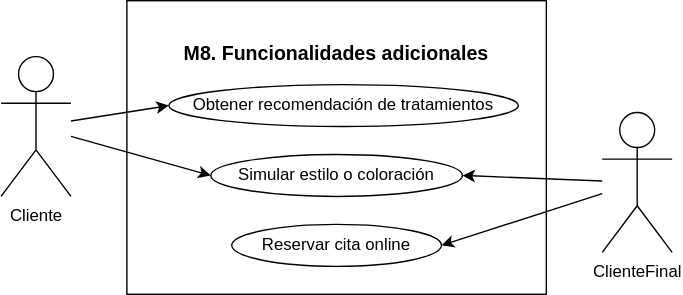
Before: docs/docs/figures/UML/CasosDeUso/M8_CasosDeUso.svg, a diagram exported from draw.io (MadaoSurmanito/app-tfg). Source tidied: cells renumbered, new cells last; positions are measured from the earlier drawing's top-left corner, leaving out a move shared by most shapes.
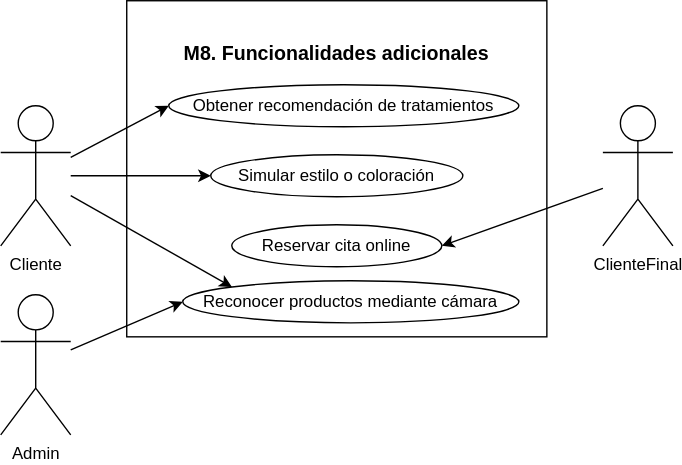
After the commit.

Diff of the diagram source:
```diff
@@ -3,13 +3,16 @@
     <mxCell id="0" />
     <mxCell id="1" parent="0" />
     <mxCell id="2" value="&lt;h1&gt;&lt;font style=&quot;font-size: 14px;&quot;&gt;M8. Funcionalidades adicionales&lt;/font&gt;&lt;/h1&gt;" style="rounded=0;whiteSpace=wrap;html=1;verticalAlign=top;spacing=0;labelPosition=center;verticalLabelPosition=middle;align=center;" parent="1" vertex="1">
-      <mxGeometry x="90" width="300" height="210" as="geometry" />
+      <mxGeometry x="90" width="300" height="240" as="geometry" />
     </mxCell>
+    <mxCell id="12" style="edgeStyle=none;html=1;entryX=0;entryY=0;entryDx=0;entryDy=0;" parent="1" edge="1" source="3" target="13">
+      <mxGeometry relative="1" as="geometry" />
+    </mxCell>
     <mxCell id="3" value="Cliente" style="shape=umlActor;verticalLabelPosition=bottom;verticalAlign=top;html=1;outlineConnect=0;" parent="1" vertex="1">
-      <mxGeometry y="40" width="50" height="100" as="geometry" />
+      <mxGeometry y="75" width="50" height="100" as="geometry" />
     </mxCell>
     <mxCell id="4" value="ClienteFinal" style="shape=umlActor;verticalLabelPosition=bottom;verticalAlign=top;html=1;outlineConnect=0;" parent="1" vertex="1">
-      <mxGeometry x="430" y="80" width="50" height="100" as="geometry" />
+      <mxGeometry x="430" y="75" width="50" height="100" as="geometry" />
     </mxCell>
     <mxCell id="5" value="Obtener recomendación de tratamientos" style="ellipse;whiteSpace=wrap;html=1;" parent="1" vertex="1">
       <mxGeometry x="120" y="60" width="250" height="30" as="geometry" />
@@ -26,11 +29,17 @@
     <mxCell id="9" style="edgeStyle=none;html=1;entryX=0;entryY=0.5;entryDx=0;entryDy=0;" parent="1" edge="1" source="3" target="6">
       <mxGeometry relative="1" as="geometry" />
     </mxCell>
-    <mxCell id="10" style="edgeStyle=none;html=1;entryX=1;entryY=0.5;entryDx=0;entryDy=0;" parent="1" edge="1" source="4" target="6">
-      <mxGeometry relative="1" as="geometry" />
-    </mxCell>
     <mxCell id="11" style="edgeStyle=none;html=1;entryX=1;entryY=0.5;entryDx=0;entryDy=0;" parent="1" edge="1" source="4" target="7">
       <mxGeometry relative="1" as="geometry" />
     </mxCell>
+    <mxCell id="13" value="Reconocer productos mediante cámara" style="ellipse;whiteSpace=wrap;html=1;" parent="1" vertex="1">
+      <mxGeometry x="130" y="200" width="240" height="30" as="geometry" />
+    </mxCell>
+    <mxCell id="14" style="edgeStyle=none;html=1;entryX=0;entryY=0.5;entryDx=0;entryDy=0;" parent="1" edge="1" source="15" target="13">
+      <mxGeometry relative="1" as="geometry" />
+    </mxCell>
+    <mxCell id="15" value="Admin" style="shape=umlActor;verticalLabelPosition=bottom;verticalAlign=top;html=1;outlineConnect=0;" parent="1" vertex="1">
+      <mxGeometry y="210" width="50" height="100" as="geometry" />
+    </mxCell>
   </root>
 </mxGraphModel>
```
